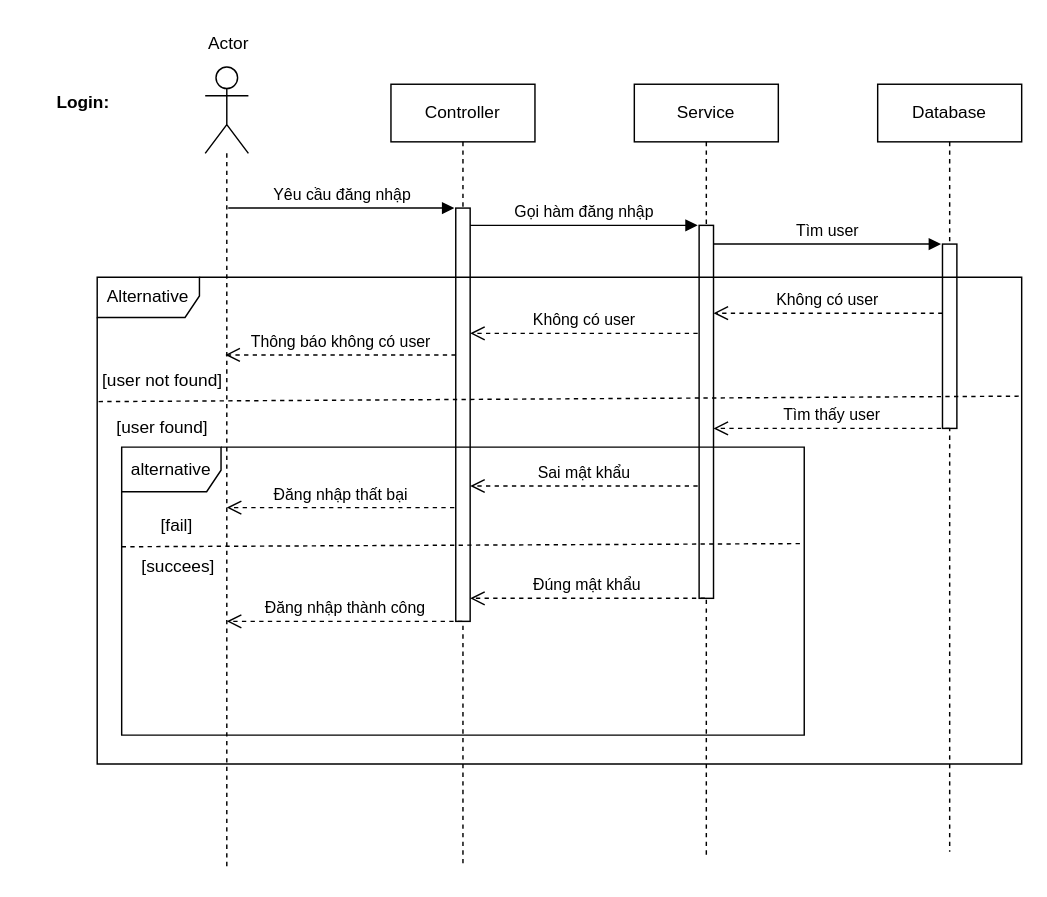
Before: page "Page-1" (1 of 5) of sequence_diagram.drawio in ippapi/diagram, a draw.io diagram. Source tidied: cells renumbered, new cells numbered last; positions are measured from the earlier drawing's top-left corner, leaving out a move shared by most shapes. Both pictures are drawn from the tidied source at 144%, with x=0, y=0 at pixel (24, 24).
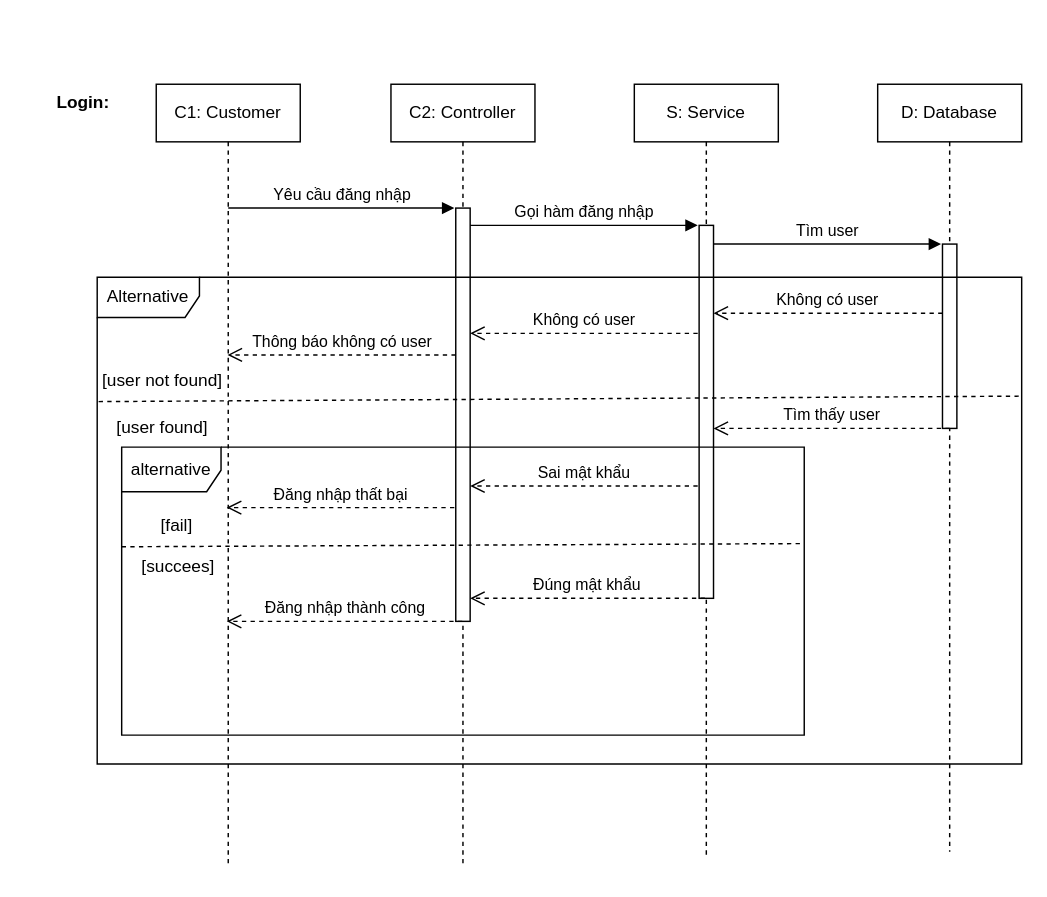
Above is the later version.

The edit, as a diff of the source:
```diff
@@
-    <mxCell id="2" value="Controller" style="shape=umlLifeline;perimeter=lifelinePerimeter;whiteSpace=wrap;html=1;newEdgeStyle={&quot;curved&quot;:0,&quot;rounded&quot;:0};" parent="1" vertex="1">
+    <mxCell id="2" value="C2: Controller" style="shape=umlLifeline;perimeter=lifelinePerimeter;whiteSpace=wrap;html=1;newEdgeStyle={&quot;curved&quot;:0,&quot;rounded&quot;:0};" parent="1" vertex="1">
       <mxGeometry x="254" y="41" width="100" height="541" as="geometry" />
     </mxCell>
@@
-    <mxCell id="4" value="Service" style="shape=umlLifeline;perimeter=lifelinePerimeter;whiteSpace=wrap;html=1;newEdgeStyle={&quot;curved&quot;:0,&quot;rounded&quot;:0};" parent="1" vertex="1">
+    <mxCell id="4" value="S: Service" style="shape=umlLifeline;perimeter=lifelinePerimeter;whiteSpace=wrap;html=1;newEdgeStyle={&quot;curved&quot;:0,&quot;rounded&quot;:0};" parent="1" vertex="1">
       <mxGeometry x="423" y="41" width="100" height="538" as="geometry" />
     </mxCell>
@@
-    <mxCell id="6" value="Database" style="shape=umlLifeline;perimeter=lifelinePerimeter;whiteSpace=wrap;html=1;newEdgeStyle={&quot;curved&quot;:0,&quot;rounded&quot;:0};" parent="1" vertex="1">
+    <mxCell id="6" value="D: Database" style="shape=umlLifeline;perimeter=lifelinePerimeter;whiteSpace=wrap;html=1;newEdgeStyle={&quot;curved&quot;:0,&quot;rounded&quot;:0};" parent="1" vertex="1">
       <mxGeometry x="592" y="41" width="100" height="533" as="geometry" />
     </mxCell>
@@
-    <mxCell id="8" style="shape=umlActor;verticalLabelPosition=bottom;verticalAlign=top;html=1;" parent="1" vertex="1">
-      <mxGeometry x="125" y="29" width="30" height="60" as="geometry" />
-    </mxCell>
@@
-    <mxCell id="10" style="endArrow=none;dashed=1;html=1;rounded=0;" parent="1" edge="1" source="8">
-      <mxGeometry relative="1" as="geometry">
-        <mxPoint x="140" y="587" as="targetPoint" />
-      </mxGeometry>
-    </mxCell>
@@
-    <mxCell id="13" value="Actor" style="text;html=1;align=center;verticalAlign=middle;strokeColor=none;fillColor=none;" parent="1" vertex="1">
-      <mxGeometry x="118" width="46" height="26" as="geometry" />
-    </mxCell>
@@
-    <mxCell id="19" value="Thông báo không có user" style="html=1;verticalAlign=bottom;endArrow=open;dashed=1;endSize=8;curved=0;rounded=0;" parent="1" edge="1">
+    <mxCell id="19" value="Thông báo không có user" style="html=1;verticalAlign=bottom;endArrow=open;dashed=1;endSize=8;curved=0;rounded=0;" parent="1" edge="1" target="31">
       <mxGeometry relative="1" as="geometry">
         <mxPoint x="299" y="229" as="sourcePoint" />
-        <mxPoint x="139" y="229" as="targetPoint" />
       </mxGeometry>
     </mxCell>
@@
+    <mxCell id="31" value="C1: Customer" style="shape=umlLifeline;perimeter=lifelinePerimeter;whiteSpace=wrap;html=1;outlineConnect=0;portConstraint=eastwest;newEdgeStyle={&quot;curved&quot;:0,&quot;rounded&quot;:0};" parent="1" vertex="1">
+      <mxGeometry x="91" y="41" width="100" height="541" as="geometry" />
+    </mxCell>
```
